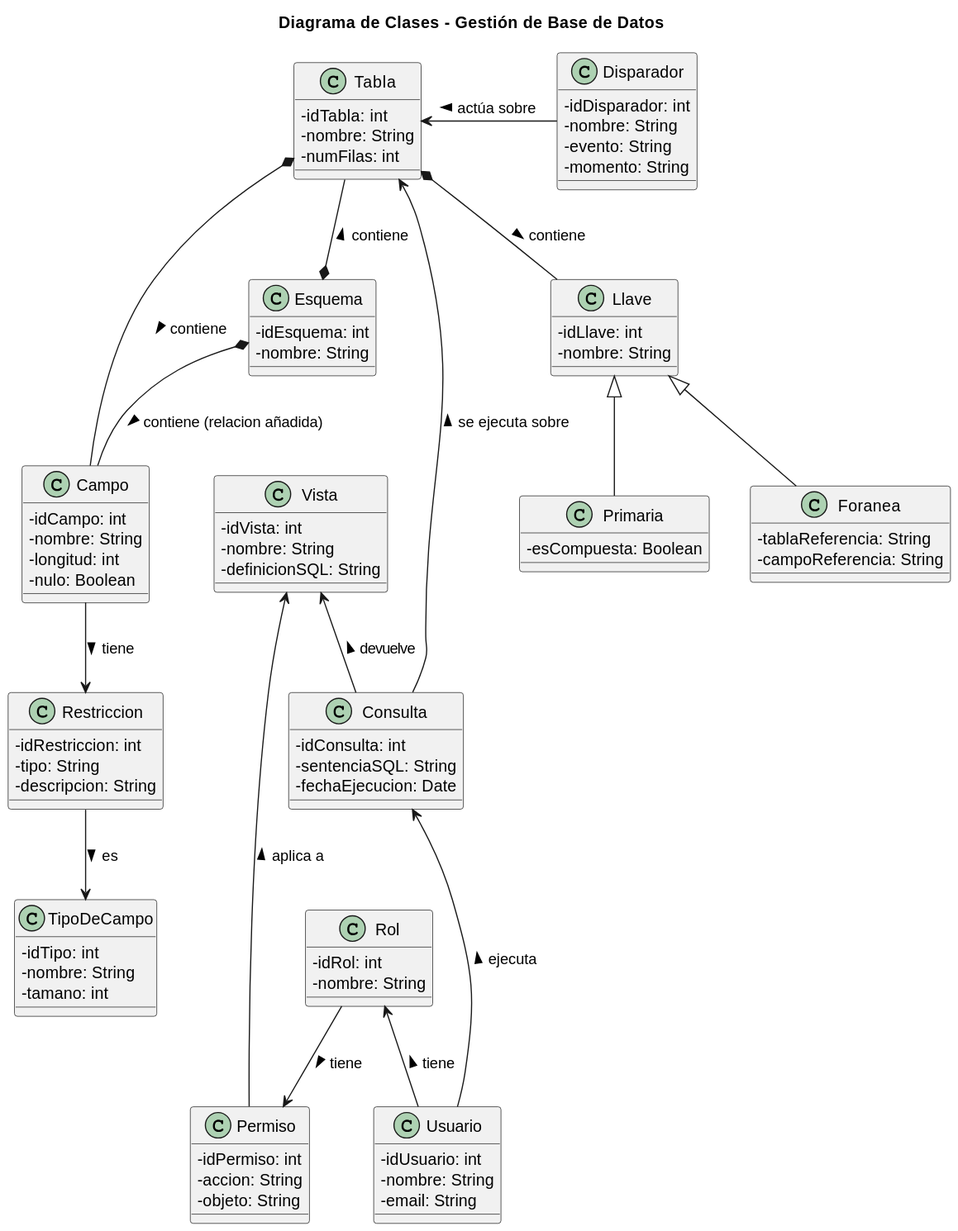
beatriizorozco/25-26-IDSW1 keeps this PlantUML diagram as entregas/orozcoBeatriz/images/diagramaDeClases.svg. Above is the earlier version.
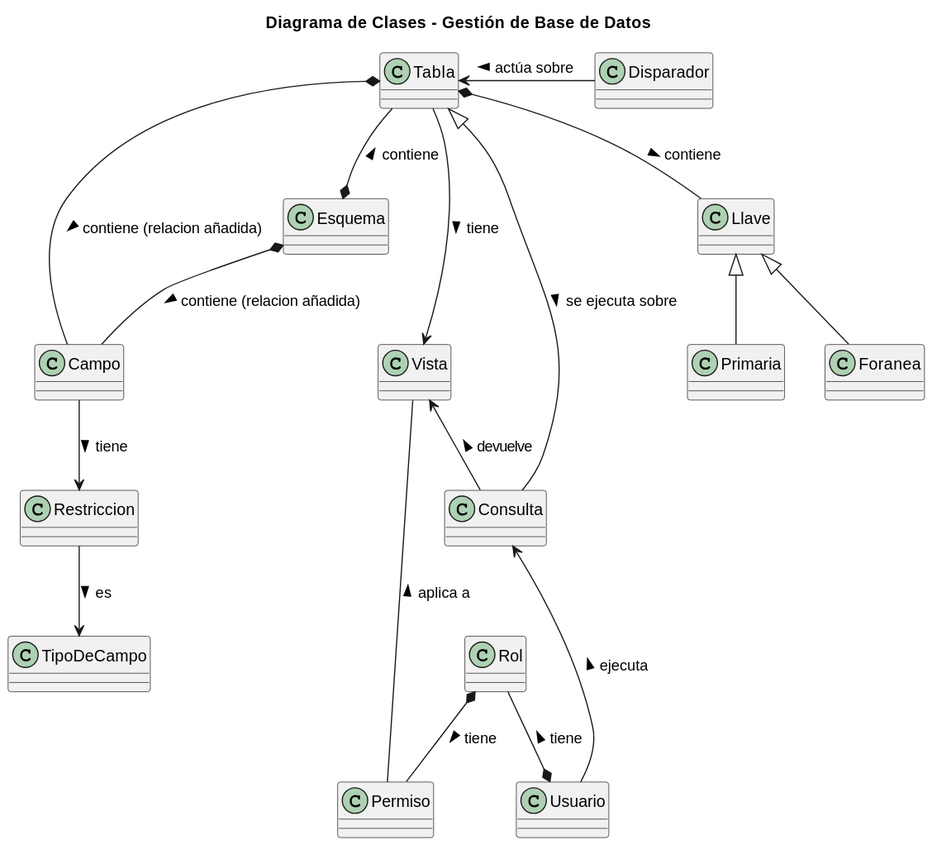
Later version of the same file.

The edit, as a diff of the source:
```diff
@@ -1,102 +1,74 @@
 @startuml
 title Diagrama de Clases - Gestión de Base de Datos
 
-skinparam classAttributeIconSize 0
-skinparam shadowing false
+class Tabla {
 
-class Tabla {
-  -idTabla: int
-  -nombre: String
-  -numFilas: int
 }
 
 class Campo {
-  -idCampo: int
-  -nombre: String
-  -longitud: int
-  -nulo: Boolean
+
 }
 
 class TipoDeCampo {
-  -idTipo: int
-  -nombre: String
-  -tamano: int
 }
 
 class Restriccion {
-  -idRestriccion: int
-  -tipo: String
-  -descripcion: String
+
 }
 
 class Llave {
-  -idLlave: int
-  -nombre: String
+
 }
 
 class Primaria {
-  -esCompuesta: Boolean
+
 }
 
 class Foranea {
-  -tablaReferencia: String
-  -campoReferencia: String
+
 }
 
 class Disparador {
-  -idDisparador: int
-  -nombre: String
-  -evento: String
-  -momento: String
+
 }
 
 class Esquema {
-  -idEsquema: int
-  -nombre: String
+
 }
 
 class Vista {
-  -idVista: int
-  -nombre: String
-  -definicionSQL: String
+
 }
 
 class Consulta {
-  -idConsulta: int
-  -sentenciaSQL: String
-  -fechaEjecucion: Date
+
 }
 
 class Permiso {
-  -idPermiso: int
-  -accion: String
-  -objeto: String
+
 }
 
 class Rol {
-  -idRol: int
-  -nombre: String
+
 }
 
 class Usuario {
-  -idUsuario: int
-  -nombre: String
-  -email: String
+
 }
 
 Esquema *-- Tabla : contiene >
 Esquema *-- Campo : contiene (relacion añadida) >
-Tabla *-- Campo : contiene >
+Tabla *-- Campo : contiene (relacion añadida) >
 Campo --> Restriccion : tiene >
 Restriccion --> TipoDeCampo : es >
 
-Usuario --> Rol : tiene >
-Rol --> Permiso : tiene >
+Usuario *-- Rol : tiene >
+Rol *-- Permiso : tiene >
 Usuario --> Consulta : ejecuta >
-Consulta --> Tabla : se ejecuta sobre >
+Tabla --> Vista : tiene >
 Consulta --> Vista : devuelve >
-Permiso --> Vista : aplica a >
-
+Tabla <|-- Consulta : se ejecuta sobre >
+Permiso -- Vista : aplica a >
 Tabla *-- Llave : contiene >
 Llave <|-- Primaria
 Llave <|-- Foranea
```
